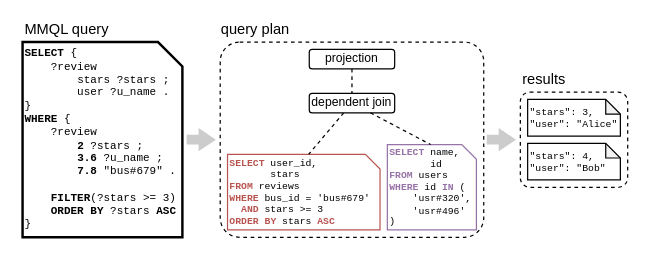
Above: page "query_multi" (8 of 12) of img/src/commentary.drawio in tuaki/phd-thesis (draw.io), before the change. Source tidied: cells renumbered, new cells numbered last; positions are measured from the earlier drawing's top-left corner, leaving out a move shared by most shapes. Both pictures are drawn from the tidied source at 122%, with x=0, y=0 at pixel (22, 21).
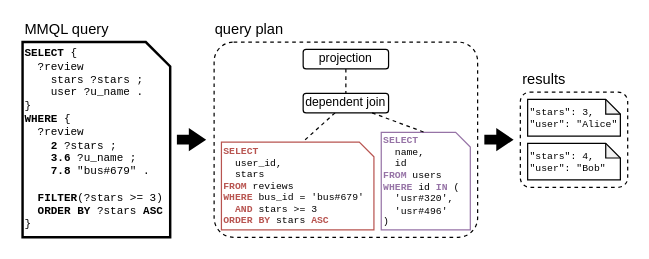
The same diagram, later.

What changed in the source:
```diff
@@
-    <mxCell id="2" value="&lt;div&gt;&lt;b&gt;SELECT&lt;/b&gt; {&lt;/div&gt;&lt;div&gt;&amp;nbsp; &amp;nbsp; ?review&lt;/div&gt;&lt;div&gt;&amp;nbsp; &amp;nbsp; &amp;nbsp; &amp;nbsp;&amp;nbsp;&lt;span style=&quot;background-color: transparent; color: light-dark(rgb(0, 0, 0), rgb(255, 255, 255));&quot;&gt;stars ?stars&lt;/span&gt;&lt;span style=&quot;background-color: transparent; color: light-dark(rgb(0, 0, 0), rgb(255, 255, 255));&quot;&gt;&amp;nbsp;;&lt;/span&gt;&lt;/div&gt;&lt;div&gt;&amp;nbsp; &amp;nbsp; &amp;nbsp; &amp;nbsp; user ?u_name&amp;nbsp;.&lt;/div&gt;&lt;div&gt;}&lt;/div&gt;&lt;div&gt;&lt;b&gt;WHERE&lt;/b&gt; {&lt;/div&gt;&lt;div&gt;&amp;nbsp; &amp;nbsp; ?review&lt;/div&gt;&lt;div&gt;&amp;nbsp; &amp;nbsp; &amp;nbsp; &amp;nbsp; &lt;b&gt;2&lt;/b&gt; ?stars ;&lt;/div&gt;&lt;div&gt;&amp;nbsp; &amp;nbsp; &amp;nbsp; &amp;nbsp; &lt;b&gt;3.6&lt;/b&gt; ?u_name ;&lt;/div&gt;&lt;div&gt;&amp;nbsp; &amp;nbsp; &amp;nbsp; &amp;nbsp; &lt;b&gt;7.8&lt;/b&gt; &quot;bus#679&quot; .&lt;/div&gt;&lt;div&gt;&lt;br&gt;&lt;/div&gt;&lt;div&gt;&amp;nbsp; &amp;nbsp; &lt;b&gt;FILTER&lt;/b&gt;(?stars &amp;gt;= 3)&lt;/div&gt;&lt;div&gt;&amp;nbsp; &amp;nbsp; &lt;b&gt;ORDER&lt;/b&gt; &lt;b&gt;BY&lt;/b&gt; ?stars &lt;b&gt;ASC&lt;/b&gt;&lt;/div&gt;&lt;div&gt;}&lt;/div&gt;" style="shape=card;whiteSpace=wrap;html=1;size=20;direction=south;fontSize=9;align=left;verticalAlign=middle;labelPosition=center;verticalLabelPosition=middle;fontFamily=Courier New;strokeWidth=2;" parent="1" vertex="1">
-      <mxGeometry y="17" width="131" height="160" as="geometry" />
-    </mxCell>
@@
-    <mxCell id="7" style="shape=flexArrow;endArrow=classic;html=1;rounded=0;endWidth=10;endSize=4.405586592178771;width=8;fillColor=#CCCCCC;strokeColor=none;strokeWidth=1;startWidth=20;arcSize=20;" parent="1" edge="1">
+    <mxCell id="7" style="shape=flexArrow;endArrow=classic;html=1;rounded=0;endWidth=10;endSize=4.405586592178771;width=8;fillColor=#000000;strokeColor=none;strokeWidth=1;startWidth=20;arcSize=20;" parent="1" edge="1">
       <mxGeometry relative="1" as="geometry">
-        <mxPoint x="380" y="97" as="sourcePoint" />
-        <mxPoint x="405" y="97" as="targetPoint" />
+        <mxPoint x="378" y="97" as="sourcePoint" />
+        <mxPoint x="403" y="97" as="targetPoint" />
       </mxGeometry>
     </mxCell>
-    <mxCell id="8" style="shape=flexArrow;endArrow=classic;html=1;rounded=0;endWidth=10;endSize=4.405586592178771;width=8;fillColor=#CCCCCC;strokeColor=none;strokeWidth=1;startWidth=20;arcSize=20;" parent="1" edge="1">
+    <mxCell id="8" style="shape=flexArrow;endArrow=classic;html=1;rounded=0;endWidth=10;endSize=4.405586592178771;width=8;fillColor=#000000;strokeColor=none;strokeWidth=1;startWidth=20;arcSize=20;" parent="1" edge="1">
       <mxGeometry relative="1" as="geometry">
-        <mxPoint x="134" y="97" as="sourcePoint" />
-        <mxPoint x="159" y="97" as="targetPoint" />
+        <mxPoint x="126" y="97" as="sourcePoint" />
+        <mxPoint x="151" y="97" as="targetPoint" />
       </mxGeometry>
     </mxCell>
@@
     <mxCell id="10" value="query plan" style="text;html=1;whiteSpace=wrap;strokeColor=none;fillColor=none;align=left;verticalAlign=middle;rounded=0;" parent="1" vertex="1">
-      <mxGeometry x="161" width="80" height="14" as="geometry" />
+      <mxGeometry x="156" width="80" height="14" as="geometry" />
     </mxCell>
@@
     <mxCell id="12" style="rounded=1;whiteSpace=wrap;html=1;dashed=1;fillColor=none;arcSize=10;" parent="1" vertex="1">
-      <mxGeometry x="162" y="17" width="216" height="160" as="geometry" />
+      <mxGeometry x="157" y="17" width="216" height="160" as="geometry" />
     </mxCell>
-    <mxCell id="13" value="&lt;div&gt;&lt;b&gt;&lt;font style=&quot;color: rgb(184, 84, 80);&quot;&gt;SELECT&lt;/font&gt;&lt;/b&gt; user_id,&lt;/div&gt;&lt;div&gt;&amp;nbsp; &amp;nbsp; &amp;nbsp; &amp;nbsp;stars&lt;/div&gt;&lt;div&gt;&lt;font color=&quot;#b85450&quot;&gt;&lt;b&gt;FROM&lt;/b&gt;&lt;/font&gt; reviews&lt;/div&gt;&lt;div&gt;&lt;font color=&quot;#b85450&quot;&gt;&lt;b&gt;WHERE&lt;/b&gt;&lt;/font&gt;&amp;nbsp;bus_id = 'bus#679'&lt;/div&gt;&lt;div&gt;&amp;nbsp;&amp;nbsp;&lt;b style=&quot;background-color: transparent; color: light-dark(rgb(0, 0, 0), rgb(255, 255, 255));&quot;&gt;&lt;font style=&quot;color: rgb(184, 84, 80);&quot;&gt;AND&lt;/font&gt;&lt;/b&gt;&lt;span style=&quot;background-color: transparent; color: light-dark(rgb(0, 0, 0), rgb(255, 255, 255));&quot;&gt;&amp;nbsp;stars &amp;gt;= 3&lt;/span&gt;&lt;/div&gt;&lt;div&gt;&lt;b style=&quot;background-color: transparent; color: light-dark(rgb(0, 0, 0), rgb(255, 255, 255));&quot;&gt;&lt;font style=&quot;color: rgb(184, 84, 80);&quot;&gt;ORDER&lt;/font&gt;&lt;/b&gt;&amp;nbsp;&lt;font color=&quot;#b85450&quot;&gt;&lt;b&gt;BY&lt;/b&gt;&lt;/font&gt;&lt;span style=&quot;background-color: transparent; color: light-dark(rgb(0, 0, 0), rgb(255, 255, 255));&quot;&gt;&amp;nbsp;stars &lt;/span&gt;&lt;span style=&quot;background-color: transparent;&quot;&gt;&lt;font color=&quot;#b85450&quot;&gt;&lt;b&gt;ASC&lt;/b&gt;&lt;/font&gt;&lt;/span&gt;&lt;/div&gt;" style="shape=card;whiteSpace=wrap;html=1;size=12;direction=south;fontSize=8;align=left;verticalAlign=middle;labelPosition=center;verticalLabelPosition=middle;fontFamily=Courier New;fillColor=default;strokeColor=#b85450;" parent="1" vertex="1">
-      <mxGeometry x="168" y="109" width="125" height="62" as="geometry" />
+    <mxCell id="13" value="&lt;div&gt;&lt;b&gt;&lt;font style=&quot;color: rgb(184, 84, 80);&quot;&gt;SELECT&lt;/font&gt;&lt;/b&gt;&lt;/div&gt;&lt;div&gt;&amp;nbsp; user_id,&lt;/div&gt;&lt;div&gt;&amp;nbsp; stars&lt;/div&gt;&lt;div&gt;&lt;font color=&quot;#b85450&quot;&gt;&lt;b&gt;FROM&lt;/b&gt;&lt;/font&gt; reviews&lt;/div&gt;&lt;div&gt;&lt;font color=&quot;#b85450&quot;&gt;&lt;b&gt;WHERE&lt;/b&gt;&lt;/font&gt;&amp;nbsp;bus_id = 'bus#679'&lt;/div&gt;&lt;div&gt;&amp;nbsp;&amp;nbsp;&lt;b style=&quot;background-color: transparent; color: light-dark(rgb(0, 0, 0), rgb(255, 255, 255));&quot;&gt;&lt;font style=&quot;color: rgb(184, 84, 80);&quot;&gt;AND&lt;/font&gt;&lt;/b&gt;&lt;span style=&quot;background-color: transparent; color: light-dark(rgb(0, 0, 0), rgb(255, 255, 255));&quot;&gt;&amp;nbsp;stars &amp;gt;= 3&lt;/span&gt;&lt;/div&gt;&lt;div&gt;&lt;b style=&quot;background-color: transparent; color: light-dark(rgb(0, 0, 0), rgb(255, 255, 255));&quot;&gt;&lt;font style=&quot;color: rgb(184, 84, 80);&quot;&gt;ORDER&lt;/font&gt;&lt;/b&gt;&amp;nbsp;&lt;font color=&quot;#b85450&quot;&gt;&lt;b&gt;BY&lt;/b&gt;&lt;/font&gt;&lt;span style=&quot;background-color: transparent; color: light-dark(rgb(0, 0, 0), rgb(255, 255, 255));&quot;&gt;&amp;nbsp;stars &lt;/span&gt;&lt;span style=&quot;background-color: transparent;&quot;&gt;&lt;font color=&quot;#b85450&quot;&gt;&lt;b&gt;ASC&lt;/b&gt;&lt;/font&gt;&lt;/span&gt;&lt;/div&gt;" style="shape=card;whiteSpace=wrap;html=1;size=12;direction=south;fontSize=8;align=left;verticalAlign=middle;labelPosition=center;verticalLabelPosition=middle;fontFamily=Courier New;fillColor=default;strokeColor=#b85450;" parent="1" vertex="1">
+      <mxGeometry x="163" y="99" width="125" height="72" as="geometry" />
     </mxCell>
-    <mxCell id="14" value="&lt;div&gt;&lt;b&gt;&lt;font style=&quot;color: rgb(150, 115, 166);&quot;&gt;SELECT&lt;/font&gt;&lt;/b&gt; name,&lt;/div&gt;&lt;div&gt;&amp;nbsp; &amp;nbsp; &amp;nbsp; &amp;nbsp;id&lt;/div&gt;&lt;div&gt;&lt;b style=&quot;background-color: transparent; color: light-dark(rgb(0, 0, 0), rgb(255, 255, 255));&quot;&gt;&lt;font style=&quot;color: rgb(150, 115, 166);&quot;&gt;FROM&lt;/font&gt;&lt;/b&gt;&amp;nbsp;users&lt;/div&gt;&lt;div&gt;&lt;font color=&quot;#9673a6&quot;&gt;&lt;b&gt;WHERE&lt;/b&gt;&lt;/font&gt; id&amp;nbsp;&lt;b&gt;&lt;font style=&quot;color: rgb(150, 115, 166);&quot;&gt;IN&lt;/font&gt;&lt;/b&gt;&amp;nbsp;(&lt;/div&gt;&lt;div&gt;&amp;nbsp; &amp;nbsp; 'usr#320',&lt;/div&gt;&lt;div&gt;&amp;nbsp; &amp;nbsp; 'usr#496'&lt;/div&gt;&lt;div&gt;)&lt;/div&gt;" style="shape=card;whiteSpace=wrap;html=1;size=12;direction=south;fontSize=8;align=left;verticalAlign=middle;labelPosition=center;verticalLabelPosition=middle;fontFamily=Courier New;fillColor=default;strokeColor=#9673a6;arcSize=20;" parent="1" vertex="1">
-      <mxGeometry x="299" y="101" width="73" height="70" as="geometry" />
+    <mxCell id="14" value="&lt;div&gt;&lt;b&gt;&lt;font style=&quot;color: rgb(150, 115, 166);&quot;&gt;SELECT&lt;/font&gt;&lt;/b&gt;&amp;nbsp;&lt;/div&gt;&lt;div&gt;&amp;nbsp; name,&lt;/div&gt;&lt;div&gt;&amp;nbsp; id&lt;/div&gt;&lt;div&gt;&lt;b style=&quot;background-color: transparent; color: light-dark(rgb(0, 0, 0), rgb(255, 255, 255));&quot;&gt;&lt;font style=&quot;color: rgb(150, 115, 166);&quot;&gt;FROM&lt;/font&gt;&lt;/b&gt;&amp;nbsp;users&lt;/div&gt;&lt;div&gt;&lt;font color=&quot;#9673a6&quot;&gt;&lt;b&gt;WHERE&lt;/b&gt;&lt;/font&gt; id&amp;nbsp;&lt;b&gt;&lt;font style=&quot;color: rgb(150, 115, 166);&quot;&gt;IN&lt;/font&gt;&lt;/b&gt;&amp;nbsp;(&lt;/div&gt;&lt;div&gt;&amp;nbsp; 'usr#320',&lt;/div&gt;&lt;div&gt;&amp;nbsp; 'usr#496'&lt;/div&gt;&lt;div&gt;)&lt;/div&gt;" style="shape=card;whiteSpace=wrap;html=1;size=12;direction=south;fontSize=8;align=left;verticalAlign=middle;labelPosition=center;verticalLabelPosition=middle;fontFamily=Courier New;fillColor=default;strokeColor=#9673a6;arcSize=20;" parent="1" vertex="1">
+      <mxGeometry x="294" y="91" width="73" height="80" as="geometry" />
     </mxCell>
@@
     <mxCell id="16" value="&lt;span&gt;projection&lt;/span&gt;" style="rounded=1;whiteSpace=wrap;html=1;fontSize=10;verticalAlign=bottom;" parent="1" vertex="1">
-      <mxGeometry x="235" y="23" width="70" height="16" as="geometry" />
+      <mxGeometry x="230" y="23" width="70" height="16" as="geometry" />
     </mxCell>
@@
     <mxCell id="18" value="dependent &lt;span style=&quot;color: light-dark(rgb(0, 0, 0), rgb(255, 255, 255)); background-color: transparent;&quot;&gt;join&lt;/span&gt;" style="rounded=1;whiteSpace=wrap;html=1;fontSize=10;verticalAlign=bottom;" parent="1" vertex="1">
-      <mxGeometry x="235" y="59" width="70" height="16" as="geometry" />
+      <mxGeometry x="230" y="59" width="70" height="16" as="geometry" />
     </mxCell>
@@
+    <mxCell id="20" value="&lt;div&gt;&lt;b&gt;SELECT&lt;/b&gt; {&lt;/div&gt;&lt;div&gt;&amp;nbsp; ?review&lt;/div&gt;&lt;div&gt;&amp;nbsp; &amp;nbsp;&amp;nbsp;&lt;span style=&quot;background-color: transparent; color: light-dark(rgb(0, 0, 0), rgb(255, 255, 255));&quot;&gt;stars ?&lt;/span&gt;stars&lt;span style=&quot;background-color: transparent; color: light-dark(rgb(0, 0, 0), rgb(255, 255, 255));&quot;&gt;&amp;nbsp;;&lt;/span&gt;&lt;/div&gt;&lt;div&gt;&amp;nbsp; &amp;nbsp; user ?u_name .&lt;/div&gt;&lt;div&gt;}&lt;/div&gt;&lt;div&gt;&lt;b&gt;WHERE&lt;/b&gt; {&lt;/div&gt;&lt;div&gt;&amp;nbsp; ?&lt;span style=&quot;background-color: transparent; color: light-dark(rgb(0, 0, 0), rgb(255, 255, 255));&quot;&gt;review&lt;/span&gt;&lt;/div&gt;&lt;div&gt;&amp;nbsp; &amp;nbsp;&amp;nbsp;&lt;b&gt;2&lt;/b&gt; ?stars ;&lt;/div&gt;&lt;div&gt;&amp;nbsp; &amp;nbsp;&amp;nbsp;&lt;b&gt;3.6&lt;/b&gt; ?u_name ;&lt;/div&gt;&lt;div&gt;&amp;nbsp; &amp;nbsp;&amp;nbsp;&lt;b&gt;7.8&lt;/b&gt; &quot;bus#679&quot; .&lt;/div&gt;&lt;div&gt;&lt;br&gt;&lt;/div&gt;&lt;div&gt;&amp;nbsp; &lt;b&gt;FILTER&lt;/b&gt;(?stars &amp;gt;= 3)&lt;/div&gt;&lt;div&gt;&amp;nbsp; &lt;b&gt;ORDER&lt;/b&gt; &lt;b&gt;BY&lt;/b&gt; ?stars &lt;b&gt;ASC&lt;/b&gt;&lt;/div&gt;&lt;div&gt;}&lt;/div&gt;" style="shape=card;whiteSpace=wrap;html=1;size=20;direction=south;fontSize=9;align=left;verticalAlign=middle;labelPosition=center;verticalLabelPosition=middle;fontFamily=Courier New;strokeWidth=2;" parent="1" vertex="1">
+      <mxGeometry y="17" width="121" height="160" as="geometry" />
+    </mxCell>
```
